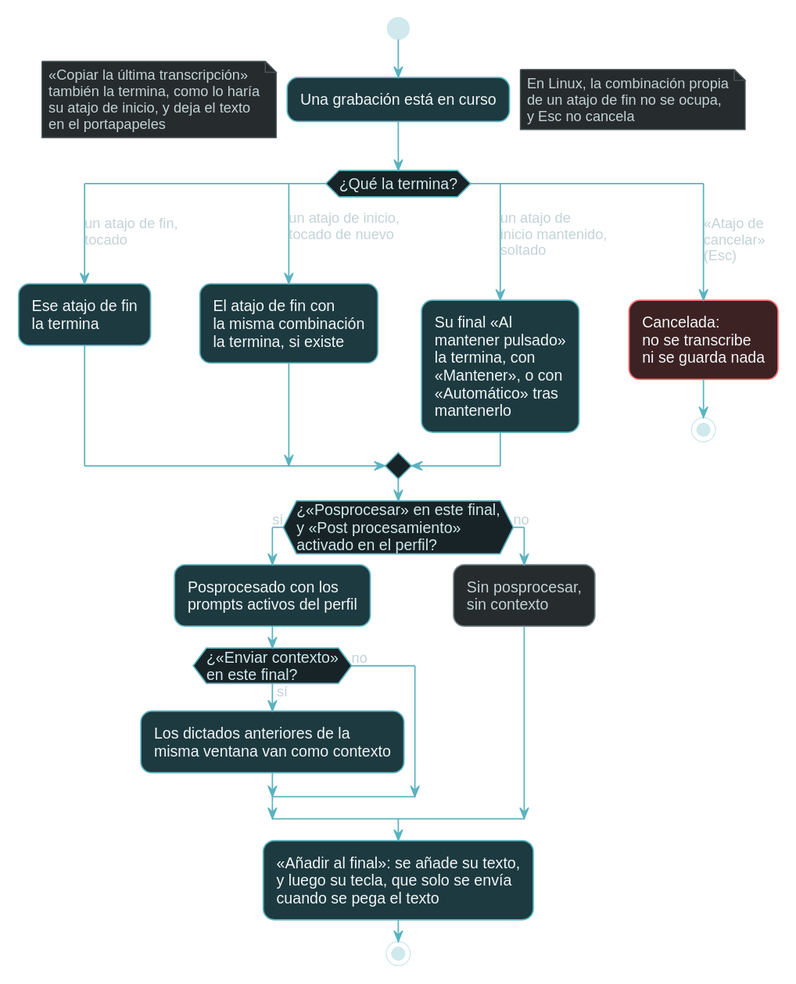
yaccob/DanyWhere keeps this PlantUML diagram as docs/manual/public/diagrams/es/how-a-recording-ends.dark.svg. Above is the earlier version.
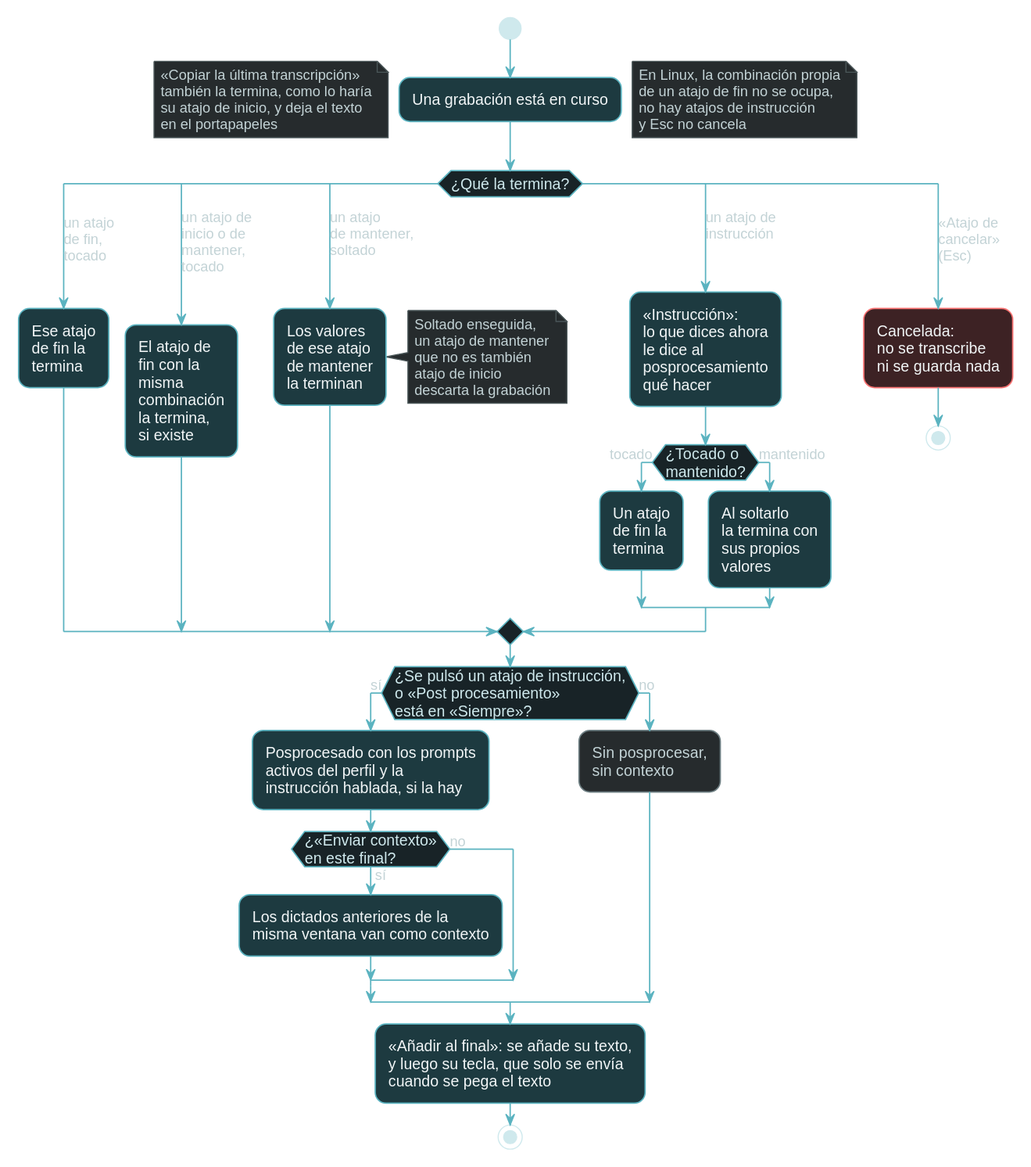
After the change.

The edit, as a diff of the source:
```diff
@@ -3,18 +3,26 @@
 !$no = "no"
 !$runs = "Una grabación está en curso"
 !$noteCopy = "«Copiar la última transcripción»\ntambién la termina, como lo haría\nsu atajo de inicio, y deja el texto\nen el portapapeles"
-!$noteLinux = "En Linux, la combinación propia\nde un atajo de fin no se ocupa,\ny Esc no cancela"
+!$noteLinux = "En Linux, la combinación propia\nde un atajo de fin no se ocupa,\nno hay atajos de instrucción\ny Esc no cancela"
 !$qWhat = "¿Qué la termina?"
-!$aEndKey = "un atajo de fin,\ntocado"
-!$endKey = "Ese atajo de fin\nla termina"
-!$aStartAgain = "un atajo de inicio,\ntocado de nuevo"
-!$startAgain = "El atajo de fin con\nla misma combinación\nla termina, si existe"
-!$aReleased = "un atajo de\ninicio mantenido,\nsoltado"
-!$held = "Su final «Al\nmantener pulsado»\nla termina, con\n«Mantener», o con\n«Automático» tras\nmantenerlo"
+!$aEndKey = "un atajo\nde fin,\ntocado"
+!$endKey = "Ese atajo\nde fin la\ntermina"
+!$aStartAgain = "un atajo de\ninicio o de\nmantener,\ntocado"
+!$startAgain = "El atajo de\nfin con la\nmisma\ncombinación\nla termina,\nsi existe"
+!$aReleased = "un atajo\nde mantener,\nsoltado"
+!$held = "Los valores\nde ese atajo\nde mantener\nla terminan"
+!$noteShort = "Soltado enseguida,\nun atajo de mantener\nque no es también\natajo de inicio\ndescarta la grabación"
+!$aInstruction = "un atajo de\ninstrucción"
+!$instruction = "«Instrucción»:\nlo que dices ahora\nle dice al\nposprocesamiento\nqué hacer"
+!$qInstrHow = "¿Tocado o\nmantenido?"
+!$aTapped = "tocado"
+!$aHeld = "mantenido"
+!$instrTapped = "Un atajo\nde fin la\ntermina"
+!$instrHeld = "Al soltarlo\nla termina con\nsus propios\nvalores"
 !$aCancel = "«Atajo de\ncancelar»\n(Esc)"
 !$cancelled = "Cancelada:\nno se transcribe\nni se guarda nada"
-!$qPost = "¿«Posprocesar» en este final,\ny «Post procesamiento»\nactivado en el perfil?"
-!$post = "Posprocesado con los\nprompts activos del perfil"
+!$qPost = "¿Se pulsó un atajo de instrucción,\no «Post procesamiento»\nestá en «Siempre»?"
+!$post = "Posprocesado con los prompts\nactivos del perfil y la\ninstrucción hablada, si la hay"
 !$qContext = "¿«Enviar contexto»\nen este final?"
 !$context = "Los dictados anteriores de la\nmisma ventana van como contexto"
 !$notPost = "Sin posprocesar,\nsin contexto"
```
